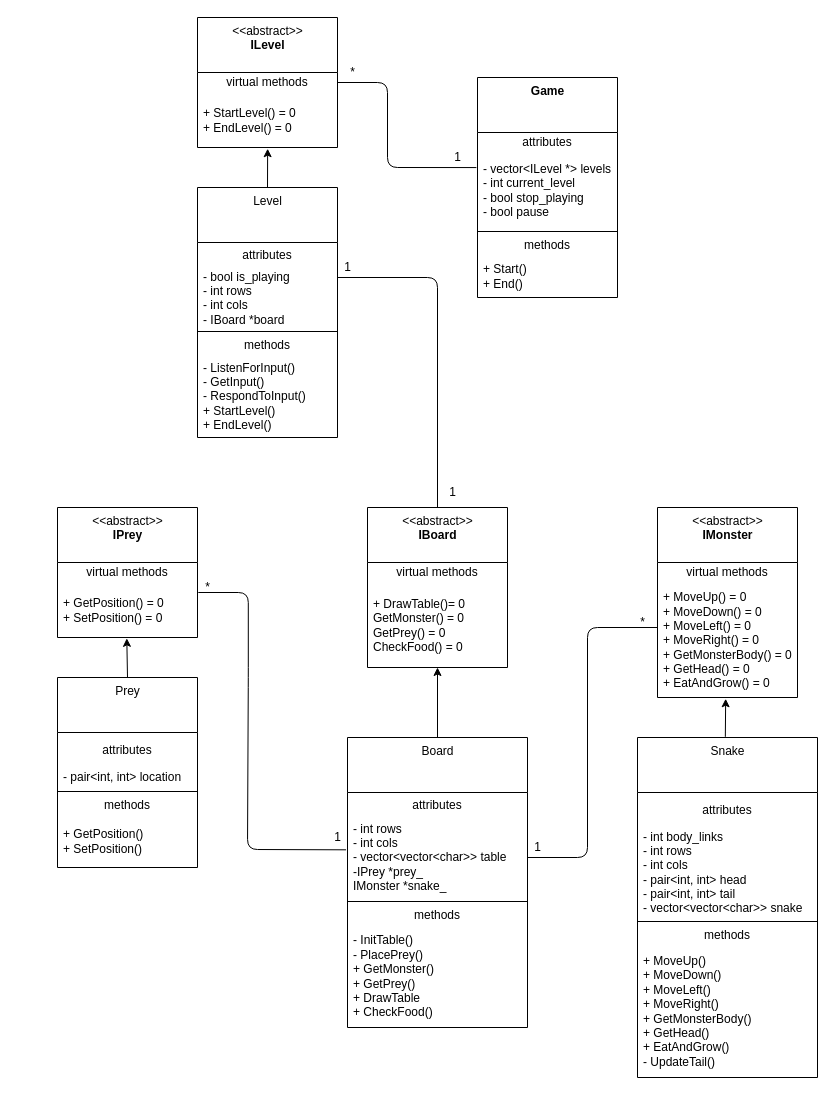
hariSeldon-danil/projects keeps this draw.io diagram as snake game/uml.drawio. Above is the earlier version. Source tidied: cells renumbered, new cells numbered last; positions are measured from the earlier drawing's top-left corner, leaving out a move shared by most shapes. Both pictures are drawn from the tidied source at 100%, with x=0, y=0 at pixel (57, 17).
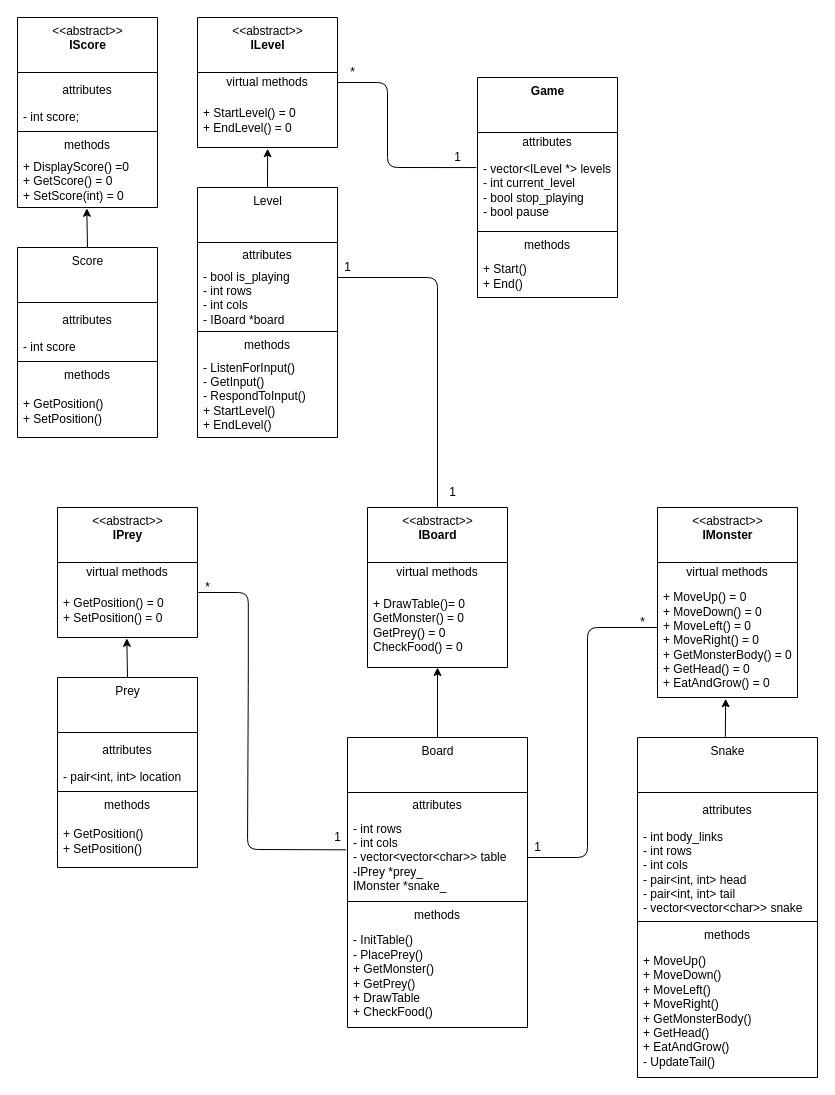
The same diagram, later.

The edit, as a diff of the source:
```diff
@@
+    <mxCell id="60" style="edgeStyle=none;html=1;exitX=0.5;exitY=0;exitDx=0;exitDy=0;entryX=0.495;entryY=1.015;entryDx=0;entryDy=0;entryPerimeter=0;" parent="1" edge="1" source="61">
+      <mxGeometry relative="1" as="geometry">
+        <mxPoint x="29.3" y="190.8" as="targetPoint" />
+      </mxGeometry>
+    </mxCell>
+    <mxCell id="61" value="Score" style="swimlane;fontStyle=0;align=center;verticalAlign=top;horizontal=1;startSize=55;html=1;" parent="1" vertex="1">
+      <mxGeometry x="-40" y="230" width="140" height="190" as="geometry" />
+    </mxCell>
+    <mxCell id="62" value="attributes" style="text;html=1;strokeColor=none;fillColor=none;align=center;verticalAlign=middle;spacingLeft=4;spacingRight=4;overflow=hidden;" parent="61" vertex="1">
+      <mxGeometry y="55" width="140" height="35" as="geometry" />
+    </mxCell>
+    <mxCell id="63" value="- int score" style="text;html=1;strokeColor=none;fillColor=none;align=left;verticalAlign=middle;spacingLeft=4;spacingRight=4;overflow=hidden;" parent="61" vertex="1">
+      <mxGeometry y="90" width="140" height="20" as="geometry" />
+    </mxCell>
+    <mxCell id="64" style="line;strokeWidth=1;fillColor=none;align=left;verticalAlign=middle;spacingTop=-1;spacingLeft=3;spacingRight=3;labelPosition=right;" parent="61" vertex="1">
+      <mxGeometry y="110" width="140" height="8" as="geometry" />
+    </mxCell>
+    <mxCell id="65" value="methods" style="text;html=1;strokeColor=none;fillColor=none;align=center;verticalAlign=middle;spacingLeft=4;spacingRight=4;overflow=hidden;" parent="61" vertex="1">
+      <mxGeometry y="118" width="140" height="20" as="geometry" />
+    </mxCell>
+    <mxCell id="66" value="&lt;div style=&quot;&quot;&gt;&lt;span style=&quot;background-color: initial;&quot;&gt;+ GetPosition()&lt;/span&gt;&lt;/div&gt;&lt;div style=&quot;&quot;&gt;&lt;span style=&quot;background-color: initial;&quot;&gt;+ SetPosition()&lt;/span&gt;&lt;/div&gt;" style="text;html=1;strokeColor=none;fillColor=none;align=left;verticalAlign=middle;spacingLeft=4;spacingRight=4;overflow=hidden;" parent="61" vertex="1">
+      <mxGeometry y="138" width="140" height="52" as="geometry" />
+    </mxCell>
+    <mxCell id="67" value="&amp;lt;&amp;lt;abstract&amp;gt;&amp;gt;&lt;br&gt;&lt;b&gt;IScore&lt;/b&gt;" style="swimlane;fontStyle=0;align=center;verticalAlign=top;horizontal=1;startSize=55;html=1;" parent="1" vertex="1">
+      <mxGeometry x="-40" width="140" height="190" as="geometry" />
+    </mxCell>
+    <mxCell id="68" value="attributes" style="text;html=1;strokeColor=none;fillColor=none;align=center;verticalAlign=middle;spacingLeft=4;spacingRight=4;overflow=hidden;" parent="67" vertex="1">
+      <mxGeometry y="55" width="140" height="35" as="geometry" />
+    </mxCell>
+    <mxCell id="69" value="- int score;" style="text;html=1;strokeColor=none;fillColor=none;align=left;verticalAlign=middle;spacingLeft=4;spacingRight=4;overflow=hidden;" parent="67" vertex="1">
+      <mxGeometry y="90" width="140" height="20" as="geometry" />
+    </mxCell>
+    <mxCell id="70" style="line;strokeWidth=1;fillColor=none;align=left;verticalAlign=middle;spacingTop=-1;spacingLeft=3;spacingRight=3;labelPosition=right;" parent="67" vertex="1">
+      <mxGeometry y="110" width="140" height="8" as="geometry" />
+    </mxCell>
+    <mxCell id="71" value="methods" style="text;html=1;strokeColor=none;fillColor=none;align=center;verticalAlign=middle;spacingLeft=4;spacingRight=4;overflow=hidden;" parent="67" vertex="1">
+      <mxGeometry y="118" width="140" height="20" as="geometry" />
+    </mxCell>
+    <mxCell id="72" value="&lt;div style=&quot;&quot;&gt;+ DisplayScore() =0&amp;nbsp;&lt;/div&gt;&lt;div style=&quot;&quot;&gt;+ GetScore() = 0&lt;/div&gt;&lt;div style=&quot;&quot;&gt;+ SetScore(int) = 0&lt;/div&gt;" style="text;html=1;strokeColor=none;fillColor=none;align=left;verticalAlign=middle;spacingLeft=4;spacingRight=4;overflow=hidden;" parent="67" vertex="1">
+      <mxGeometry y="138" width="140" height="52" as="geometry" />
+    </mxCell>
```
